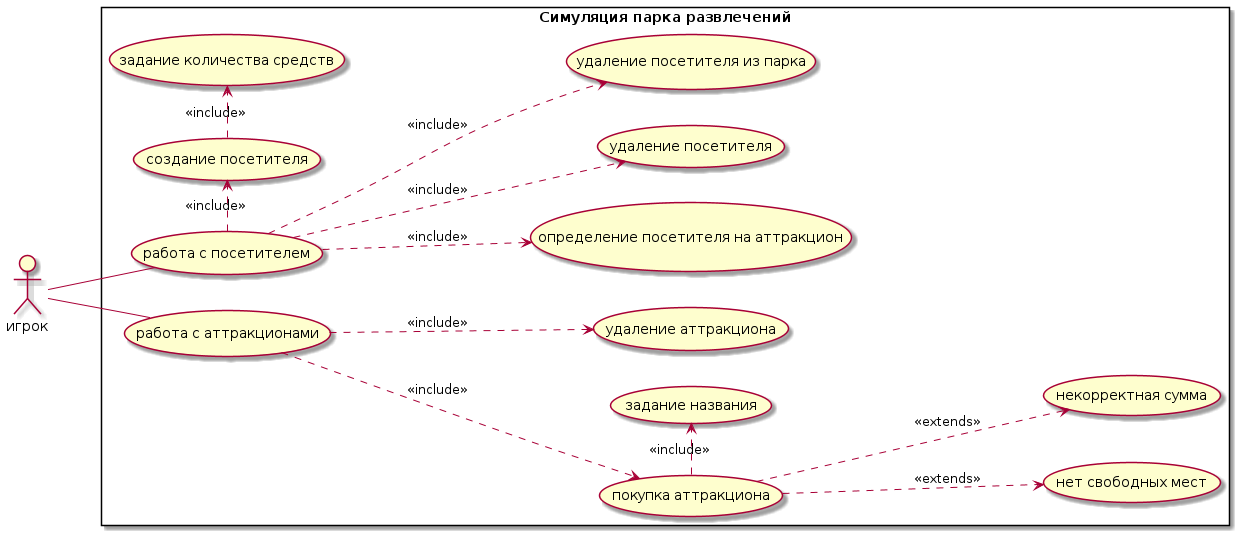
Above: description/images/uc.png in mzhirko/amusement-park (PlantUML), before the change. The source it was exported from:
```plantuml
@startuml
left to right direction
skinparam packageStyle rectangle
actor :игрок:
rectangle "Симуляция парка развлечений" {
  :игрок: -- (работа с посетителем)
  (работа с посетителем) ..> (определение посетителя на аттракцион) : <<include>>
  (работа с посетителем) ..> (удаление посетителя) : <<include>>
  (работа с посетителем) ..> (удаление посетителя из парка) : <<include>>
  (работа с посетителем) .> (создание посетителя) : <<include>>
  (создание посетителя) .> (задание количества средств) : <<include>>

  :игрок: -- (работа с аттракционами)
  (работа с аттракционами) ..> (удаление аттракциона) : <<include>>
  (работа с аттракционами) ..> (покупка аттракциона) : <<include>>
  (покупка аттракциона) ..> (нет свободных мест) : <<extends>>
  (покупка аттракциона) ..> (некорректная сумма) : <<extends>>
  (покупка аттракциона) .> (задание названия) : <<include>>

}
@enduml
```
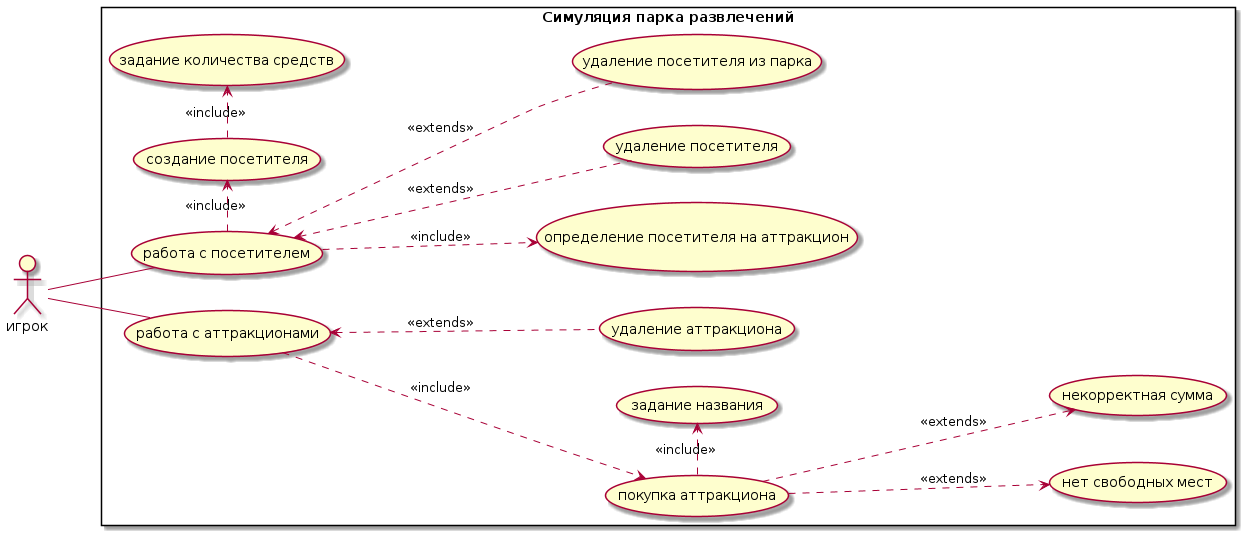
The same diagram one commit later.

The edit, as a diff of the source:
```diff
@@ -5,13 +5,13 @@
 rectangle "Симуляция парка развлечений" {
   :игрок: -- (работа с посетителем)
   (работа с посетителем) ..> (определение посетителя на аттракцион) : <<include>>
-  (работа с посетителем) ..> (удаление посетителя) : <<include>>
-  (работа с посетителем) ..> (удаление посетителя из парка) : <<include>>
+  (работа с посетителем) <.. (удаление посетителя) : <<extends>>
+  (работа с посетителем) <.. (удаление посетителя из парка) : <<extends>>
   (работа с посетителем) .> (создание посетителя) : <<include>>
   (создание посетителя) .> (задание количества средств) : <<include>>
 
   :игрок: -- (работа с аттракционами)
-  (работа с аттракционами) ..> (удаление аттракциона) : <<include>>
+  (работа с аттракционами) <.. (удаление аттракциона) : <<extends>>
   (работа с аттракционами) ..> (покупка аттракциона) : <<include>>
   (покупка аттракциона) ..> (нет свободных мест) : <<extends>>
   (покупка аттракциона) ..> (некорректная сумма) : <<extends>>
```
